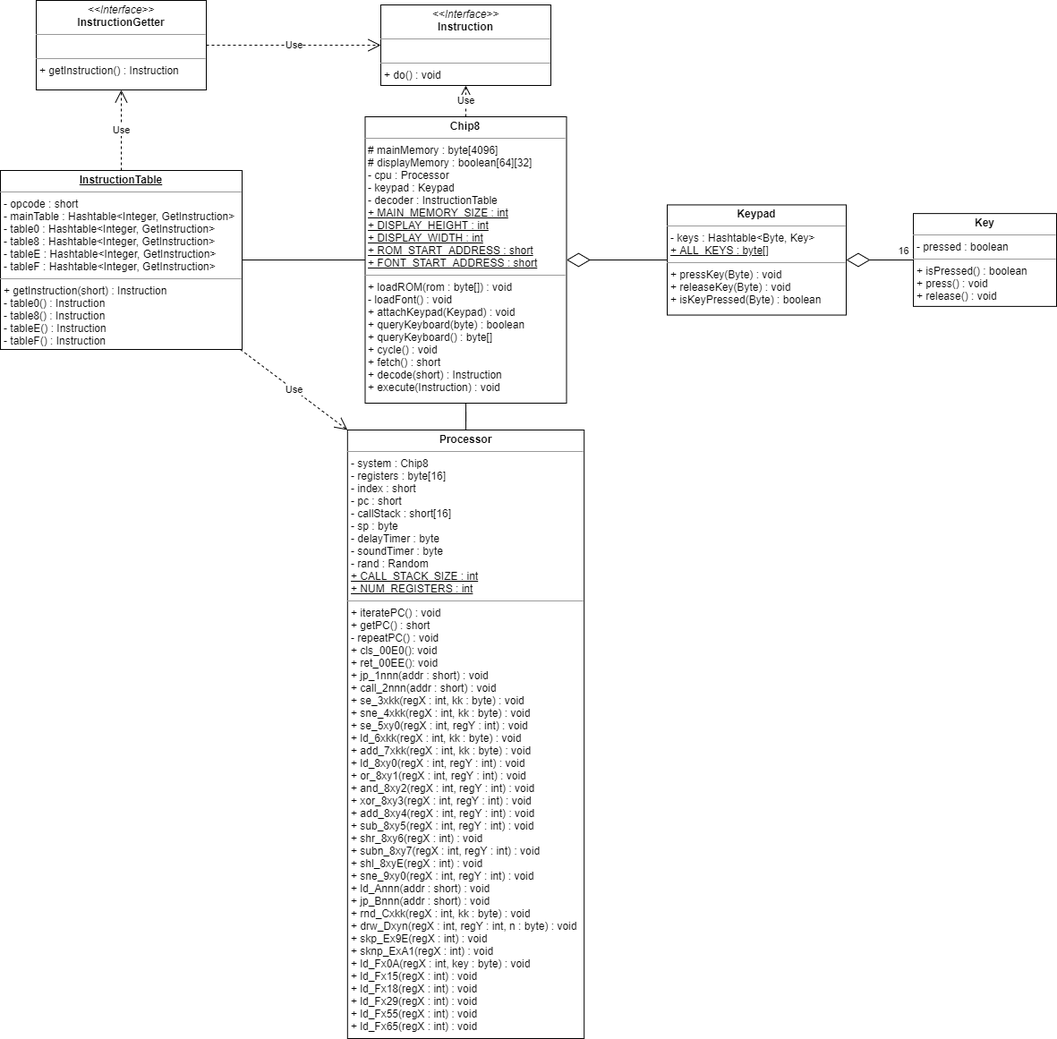
Above: diagrams/ClassDiagram.png in Pokepeople02/Chip8 (draw.io), before the change. Source tidied: cells renumbered, new cells last; positions are measured from the earlier drawing's top-left corner, leaving out a move shared by most shapes.
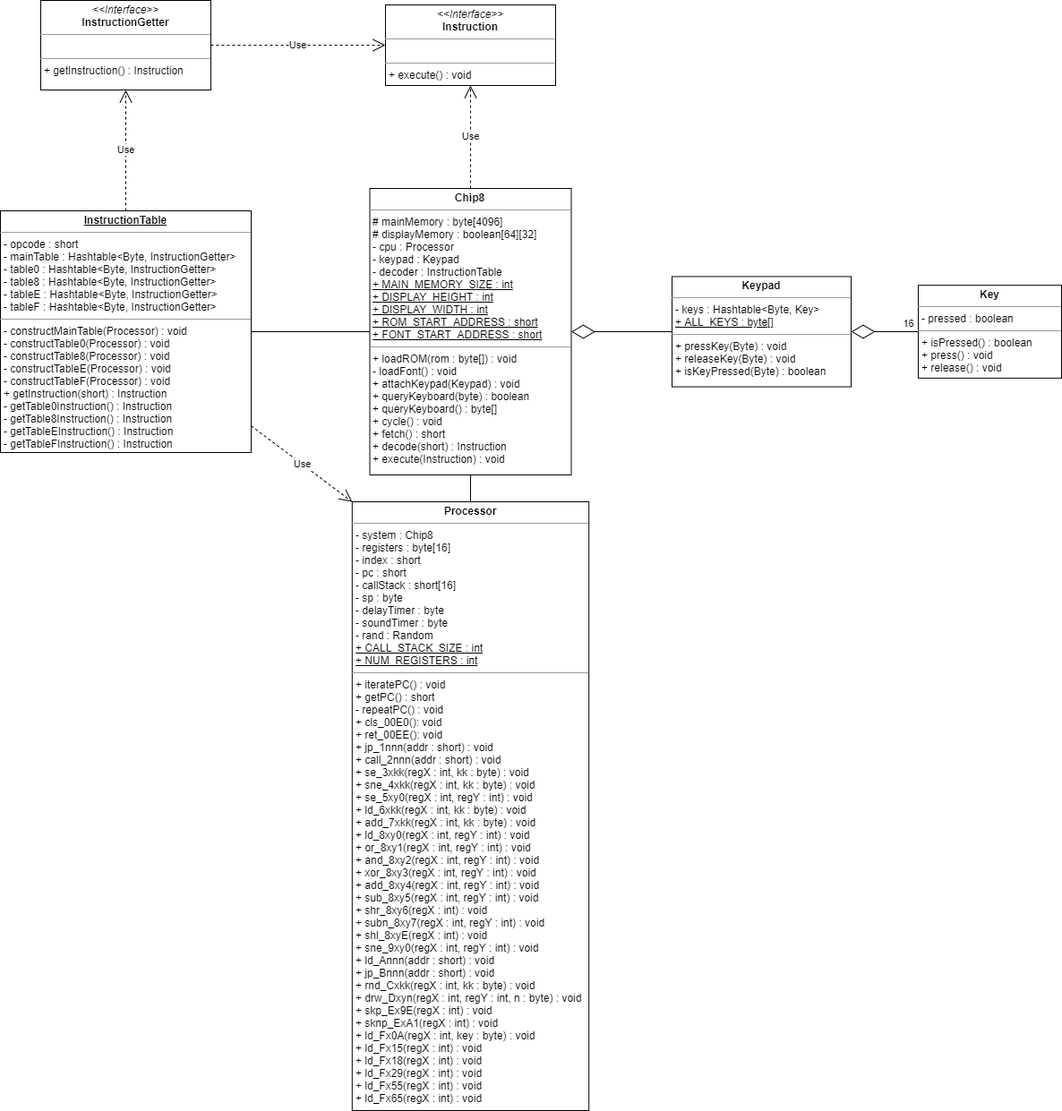
The same file after the commit.

Commit message:
Implemented instruction decoding, main cycle, updated class diagram.

What changed in the source:
```diff
@@ -31,11 +31,11 @@
     <mxCell id="10" style="edgeStyle=orthogonalEdgeStyle;rounded=0;jettySize=auto;html=1;endArrow=none;endFill=0;" parent="1" edge="1" source="11" target="3">
       <mxGeometry relative="1" as="geometry" />
     </mxCell>
-    <mxCell id="11" value="&lt;p style=&quot;margin: 0px ; margin-top: 4px ; text-align: center&quot;&gt;&lt;b&gt;&lt;u&gt;InstructionTable&lt;/u&gt;&lt;/b&gt;&lt;/p&gt;&lt;hr size=&quot;1&quot;&gt;&lt;p style=&quot;margin: 0px ; margin-left: 4px&quot;&gt;- opcode : short&lt;br&gt;&lt;/p&gt;&lt;p style=&quot;margin: 0px ; margin-left: 4px&quot;&gt;&lt;span&gt;- mainTable : Hashtable&amp;lt;Integer, GetInstruction&amp;gt;&lt;/span&gt;&lt;/p&gt;&lt;p style=&quot;margin: 0px ; margin-left: 4px&quot;&gt;&lt;span&gt;- table0 : Hashtable&amp;lt;Integer, GetInstruction&amp;gt;&lt;/span&gt;&lt;/p&gt;&lt;p style=&quot;margin: 0px ; margin-left: 4px&quot;&gt;&lt;span&gt;- table8 : Hashtable&amp;lt;Integer, GetInstruction&amp;gt;&lt;/span&gt;&lt;/p&gt;&lt;p style=&quot;margin: 0px ; margin-left: 4px&quot;&gt;&lt;span&gt;- tableE : Hashtable&amp;lt;Integer, GetInstruction&amp;gt;&lt;/span&gt;&lt;/p&gt;&lt;p style=&quot;margin: 0px ; margin-left: 4px&quot;&gt;&lt;span&gt;- tableF : Hashtable&amp;lt;Integer, GetInstruction&amp;gt;&lt;/span&gt;&lt;/p&gt;&lt;hr size=&quot;1&quot;&gt;&lt;p style=&quot;margin: 0px ; margin-left: 4px&quot;&gt;+ getInstruction(short) : Instruction&lt;/p&gt;&lt;p style=&quot;margin: 0px ; margin-left: 4px&quot;&gt;- table0() : Instruction&lt;/p&gt;&lt;p style=&quot;margin: 0px ; margin-left: 4px&quot;&gt;- table8() : Instruction&lt;/p&gt;&lt;p style=&quot;margin: 0px ; margin-left: 4px&quot;&gt;- tableE() : Instruction&lt;/p&gt;&lt;p style=&quot;margin: 0px ; margin-left: 4px&quot;&gt;- tableF() : Instruction&lt;/p&gt;" style="verticalAlign=top;align=left;overflow=fill;fontSize=12;fontFamily=Helvetica;html=1;" parent="1" vertex="1">
-      <mxGeometry y="190" width="270" height="200" as="geometry" />
+    <mxCell id="11" value="&lt;p style=&quot;margin: 0px ; margin-top: 4px ; text-align: center&quot;&gt;&lt;b&gt;&lt;u&gt;InstructionTable&lt;/u&gt;&lt;/b&gt;&lt;/p&gt;&lt;hr size=&quot;1&quot;&gt;&lt;p style=&quot;margin: 0px ; margin-left: 4px&quot;&gt;- opcode : short&lt;br&gt;&lt;/p&gt;&lt;p style=&quot;margin: 0px ; margin-left: 4px&quot;&gt;&lt;span&gt;- mainTable : Hashtable&amp;lt;Byte, InstructionGetter&amp;gt;&lt;/span&gt;&lt;/p&gt;&lt;p style=&quot;margin: 0px ; margin-left: 4px&quot;&gt;&lt;span&gt;- table0 : Hashtable&amp;lt;Byte,&amp;nbsp;&lt;/span&gt;InstructionGetter&lt;span&gt;&amp;gt;&lt;/span&gt;&lt;/p&gt;&lt;p style=&quot;margin: 0px ; margin-left: 4px&quot;&gt;&lt;span&gt;- table8 : Hashtable&amp;lt;Byte,&amp;nbsp;&lt;/span&gt;InstructionGetter&lt;span&gt;&amp;gt;&lt;/span&gt;&lt;/p&gt;&lt;p style=&quot;margin: 0px ; margin-left: 4px&quot;&gt;&lt;span&gt;- tableE : Hashtable&amp;lt;Byte,&amp;nbsp;&lt;/span&gt;InstructionGetter&lt;span&gt;&amp;gt;&lt;/span&gt;&lt;/p&gt;&lt;p style=&quot;margin: 0px ; margin-left: 4px&quot;&gt;&lt;span&gt;- tableF : Hashtable&amp;lt;Byte,&amp;nbsp;&lt;/span&gt;InstructionGetter&lt;span&gt;&amp;gt;&lt;/span&gt;&lt;/p&gt;&lt;hr size=&quot;1&quot;&gt;&lt;p style=&quot;margin: 0px ; margin-left: 4px&quot;&gt;- constructMainTable(Processor) : void&lt;/p&gt;&lt;p style=&quot;margin: 0px ; margin-left: 4px&quot;&gt;- constructTable0(Processor) : void&lt;/p&gt;&lt;p style=&quot;margin: 0px ; margin-left: 4px&quot;&gt;- constructTable8(Processor) : void&lt;/p&gt;&lt;p style=&quot;margin: 0px ; margin-left: 4px&quot;&gt;- constructTableE(Processor) : void&lt;/p&gt;&lt;p style=&quot;margin: 0px ; margin-left: 4px&quot;&gt;- constructTableF(Processor) : void&lt;/p&gt;&lt;p style=&quot;margin: 0px ; margin-left: 4px&quot;&gt;+ getInstruction(short) : Instruction&lt;/p&gt;&lt;p style=&quot;margin: 0px ; margin-left: 4px&quot;&gt;- getTable0Instruction() : Instruction&lt;/p&gt;&lt;p style=&quot;margin: 0px ; margin-left: 4px&quot;&gt;- getTable8Instruction() : Instruction&lt;/p&gt;&lt;p style=&quot;margin: 0px ; margin-left: 4px&quot;&gt;- getTableEInstruction() : Instruction&lt;/p&gt;&lt;p style=&quot;margin: 0px ; margin-left: 4px&quot;&gt;- getTableFInstruction() : Instruction&lt;/p&gt;" style="verticalAlign=top;align=left;overflow=fill;fontSize=12;fontFamily=Helvetica;html=1;" parent="1" vertex="1">
+      <mxGeometry x="-5" y="155" width="280" height="270" as="geometry" />
     </mxCell>
     <mxCell id="12" value="&lt;p style=&quot;margin: 0px ; margin-top: 4px ; text-align: center&quot;&gt;&lt;i&gt;&amp;lt;&amp;lt;Interface&amp;gt;&amp;gt;&lt;/i&gt;&lt;br&gt;&lt;b&gt;InstructionGetter&lt;/b&gt;&lt;/p&gt;&lt;hr size=&quot;1&quot;&gt;&lt;p style=&quot;margin: 0px ; margin-left: 4px&quot;&gt;&lt;br&gt;&lt;/p&gt;&lt;hr size=&quot;1&quot;&gt;&lt;p style=&quot;margin: 0px ; margin-left: 4px&quot;&gt;+ getInstruction() : Instruction&lt;/p&gt;" style="verticalAlign=top;align=left;overflow=fill;fontSize=12;fontFamily=Helvetica;html=1;" parent="1" vertex="1">
-      <mxGeometry x="40" width="190" height="100" as="geometry" />
+      <mxGeometry x="40" y="-80" width="190" height="100" as="geometry" />
     </mxCell>
     <mxCell id="13" value="Use" style="endArrow=open;endSize=12;dashed=1;html=1;" parent="1" edge="1" source="11" target="12">
       <mxGeometry relative="1" as="geometry" />
@@ -43,8 +43,8 @@
     <mxCell id="14" value="Use" style="endArrow=open;endSize=12;dashed=1;html=1;entryX=0;entryY=0;entryDx=0;entryDy=0;" parent="1" edge="1" source="11" target="4">
       <mxGeometry relative="1" as="geometry" />
     </mxCell>
-    <mxCell id="15" value="&lt;p style=&quot;margin: 0px ; margin-top: 4px ; text-align: center&quot;&gt;&lt;i&gt;&amp;lt;&amp;lt;Interface&amp;gt;&amp;gt;&lt;/i&gt;&lt;br&gt;&lt;b&gt;Instruction&lt;/b&gt;&lt;/p&gt;&lt;hr size=&quot;1&quot;&gt;&lt;p style=&quot;margin: 0px ; margin-left: 4px&quot;&gt;&lt;br&gt;&lt;/p&gt;&lt;hr size=&quot;1&quot;&gt;&lt;p style=&quot;margin: 0px ; margin-left: 4px&quot;&gt;+ do() : void&lt;/p&gt;" style="verticalAlign=top;align=left;overflow=fill;fontSize=12;fontFamily=Helvetica;html=1;" parent="1" vertex="1">
-      <mxGeometry x="425" y="5" width="190" height="90" as="geometry" />
+    <mxCell id="15" value="&lt;p style=&quot;margin: 0px ; margin-top: 4px ; text-align: center&quot;&gt;&lt;i&gt;&amp;lt;&amp;lt;Interface&amp;gt;&amp;gt;&lt;/i&gt;&lt;br&gt;&lt;b&gt;Instruction&lt;/b&gt;&lt;/p&gt;&lt;hr size=&quot;1&quot;&gt;&lt;p style=&quot;margin: 0px ; margin-left: 4px&quot;&gt;&lt;br&gt;&lt;/p&gt;&lt;hr size=&quot;1&quot;&gt;&lt;p style=&quot;margin: 0px ; margin-left: 4px&quot;&gt;+ execute() : void&lt;/p&gt;" style="verticalAlign=top;align=left;overflow=fill;fontSize=12;fontFamily=Helvetica;html=1;" parent="1" vertex="1">
+      <mxGeometry x="425" y="-75" width="190" height="90" as="geometry" />
     </mxCell>
     <mxCell id="16" value="Use" style="endArrow=open;endSize=12;dashed=1;html=1;" parent="1" edge="1" source="12" target="15">
       <mxGeometry relative="1" as="geometry" />
```
